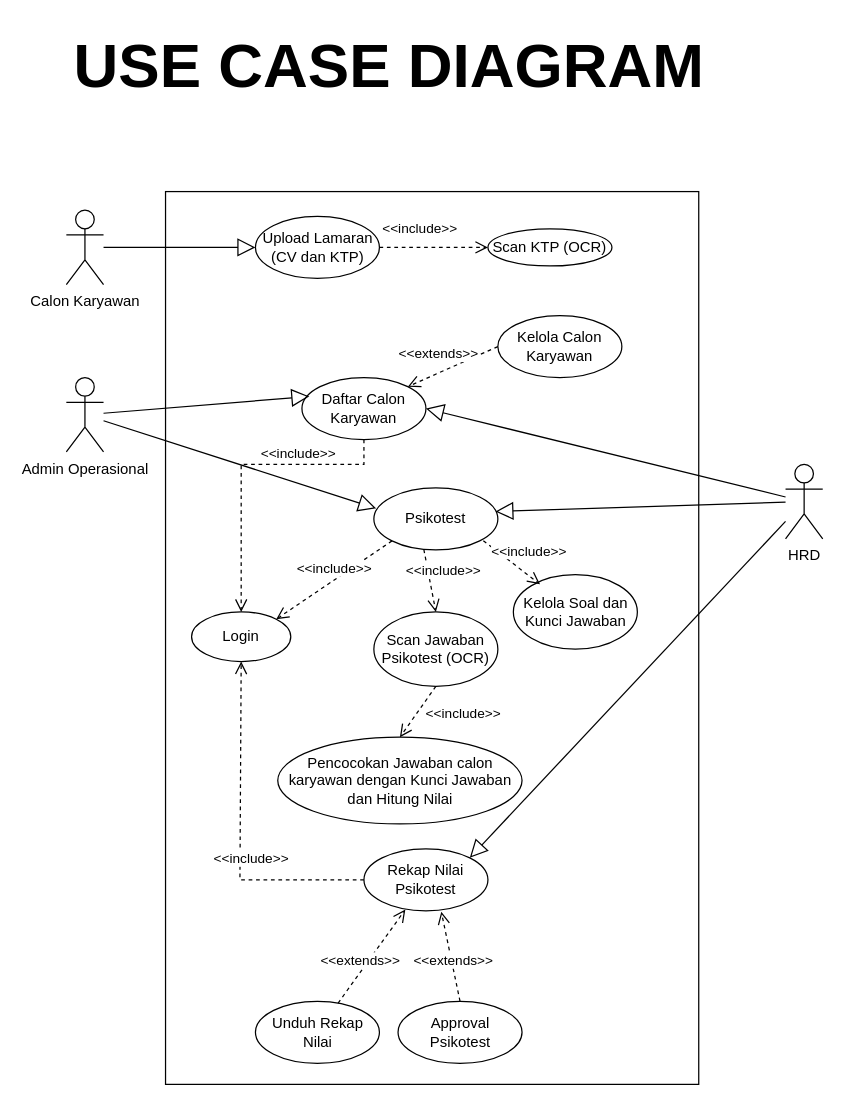
Above: page "USE CASE DIAGRAM" (1 of 5) of Use Case.drawio in ceceprokani/Diagram-Skripsi (draw.io), before the change. Source tidied: cells renumbered, new cells numbered last; positions are measured from the earlier drawing's top-left corner, leaving out a move shared by most shapes. Both pictures are drawn from the tidied source at 124%, with x=0, y=0 at pixel (66, 21).
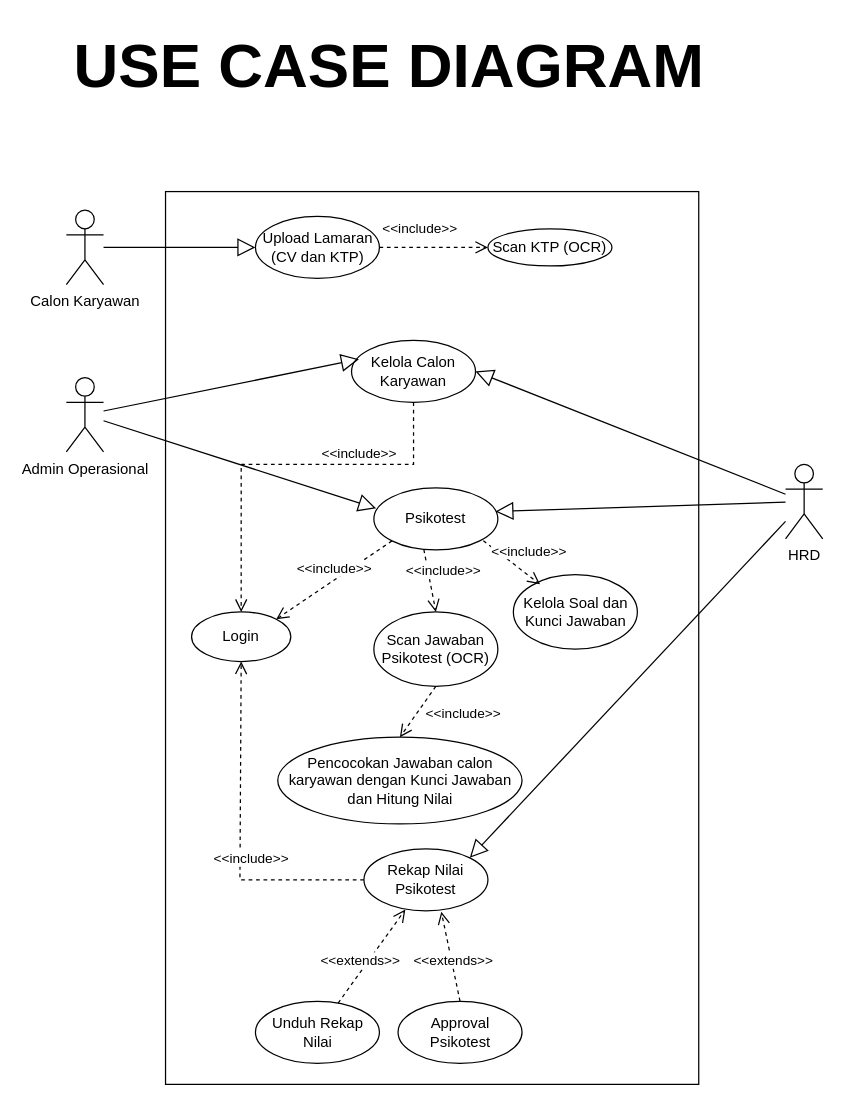
Above is the later version.

The change refers to these unchanged cells:
```xml
<mxCell id="5" value="Login" style="ellipse;whiteSpace=wrap;html=1;" parent="1" vertex="1">
  <mxGeometry x="101" y="476" width="80" height="40" as="geometry" />
</mxCell>
```

What changed in the source:
```diff
@@
-    <mxCell id="8" value="Daftar Calon Karyawan" style="ellipse;whiteSpace=wrap;html=1;" parent="1" vertex="1">
-      <mxGeometry x="190" y="287" width="100" height="50" as="geometry" />
+    <mxCell id="8" value="Kelola Calon Karyawan" style="ellipse;whiteSpace=wrap;html=1;" parent="1" vertex="1">
+      <mxGeometry x="230" y="257" width="100" height="50" as="geometry" />
     </mxCell>
@@
     <mxCell id="10" value="&amp;lt;&amp;lt;include&amp;gt;&amp;gt;" style="html=1;verticalAlign=bottom;endArrow=open;dashed=1;endSize=8;curved=0;rounded=0;entryX=0.5;entryY=0;entryDx=0;entryDy=0;exitX=0.5;exitY=1;exitDx=0;exitDy=0;" parent="1" edge="1" source="8" target="5">
       <mxGeometry x="-0.39" relative="1" as="geometry">
         <Array as="points">
-          <mxPoint x="240" y="357" />
+          <mxPoint x="280" y="357" />
           <mxPoint x="141" y="357" />
         </Array>
       </mxGeometry>
     </mxCell>
@@
-    <mxCell id="26" value="Kelola Calon Karyawan" style="ellipse;whiteSpace=wrap;html=1;" parent="1" vertex="1">
-      <mxGeometry x="348" y="237" width="100" height="50" as="geometry" />
-    </mxCell>
-    <mxCell id="27" value="&amp;lt;&amp;lt;extends&amp;gt;&amp;gt;" style="html=1;verticalAlign=bottom;endArrow=open;dashed=1;endSize=8;curved=0;rounded=0;entryX=1;entryY=0;entryDx=0;entryDy=0;exitX=0;exitY=0.5;exitDx=0;exitDy=0;" parent="1" edge="1" source="26" target="8">
-      <mxGeometry x="0.26" y="-6" relative="1" as="geometry" />
-    </mxCell>
```
